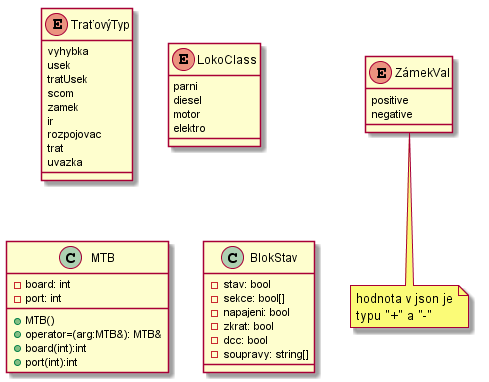
The PlantUML diagram Model/Class-util.png in LANeo64/RKDlib, before a commit. The source it was exported from:
```plantuml
@startuml

enum Tra?ovýTyp {
	vyhybka
	usek
  tratUsek
  scom
	zamek
	ir
	rozpojovac
	trat
	uvazka
}

enum ZámekVal {
	positive
	negative
}

enum LokoClass {
	parni
	diesel
	motor
	elektro
}

class MTB {
	- board: int
	- port: int
	+ MTB()
	+ operator=(arg:MTB&): MTB&
	+ board(int):int
	+ port(int):int
}

class BlokStav {
	- stav: bool
	- sekce: bool[]
	- napajeni: bool
	- zkrat: bool
	- dcc: bool
	- soupravy: string[]
}


note bottom of ZámekVal
	hodnota v json je
	typu "+" a "-"
end note

@enduml
```
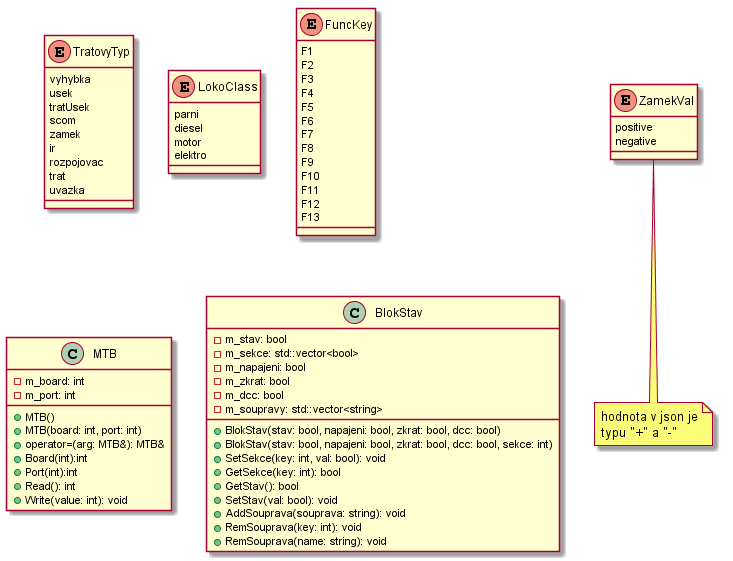
After the commit.

Diff of the diagram source:
```diff
@@ -1,6 +1,6 @@
 @startuml
 
-enum Tra?ovýTyp {
+enum TratovyTyp {
 	vyhybka
 	usek
   tratUsek
@@ -12,7 +12,7 @@
 	uvazka
 }
 
-enum ZámekVal {
+enum ZamekVal {
 	positive
 	negative
 }
@@ -24,26 +24,54 @@
 	elektro
 }
 
+enum FuncKey {
+	F1
+	F2
+	F3
+	F4
+	F5
+	F6
+	F7
+	F8
+	F9
+	F10
+	F11
+	F12
+	F13
+}
+
 class MTB {
-	- board: int
-	- port: int
+	- m_board: int
+	- m_port: int
 	+ MTB()
-	+ operator=(arg:MTB&): MTB&
-	+ board(int):int
-	+ port(int):int
+  + MTB(board: int, port: int)
+	+ operator=(arg: MTB&): MTB&
+	+ Board(int):int
+	+ Port(int):int
+	+ Read(): int
+	+ Write(value: int): void
 }
 
 class BlokStav {
-	- stav: bool
-	- sekce: bool[]
-	- napajeni: bool
-	- zkrat: bool
-	- dcc: bool
-	- soupravy: string[]
+	- m_stav: bool
+	- m_sekce: std::vector<bool>
+	- m_napajeni: bool
+	- m_zkrat: bool
+	- m_dcc: bool
+	- m_soupravy: std::vector<string>
+	+ BlokStav(stav: bool, napajeni: bool, zkrat: bool, dcc: bool)
+  + BlokStav(stav: bool, napajeni: bool, zkrat: bool, dcc: bool, sekce: int)
+	+ SetSekce(key: int, val: bool): void
+	+ GetSekce(key: int): bool
+	+ GetStav(): bool
+	+ SetStav(val: bool): void
+	+ AddSouprava(souprava: string): void
+	+ RemSouprava(key: int): void
+	+ RemSouprava(name: string): void
 }
 
 
-note bottom of ZámekVal
+note bottom of ZamekVal
 	hodnota v json je
 	typu "+" a "-"
 end note
```
